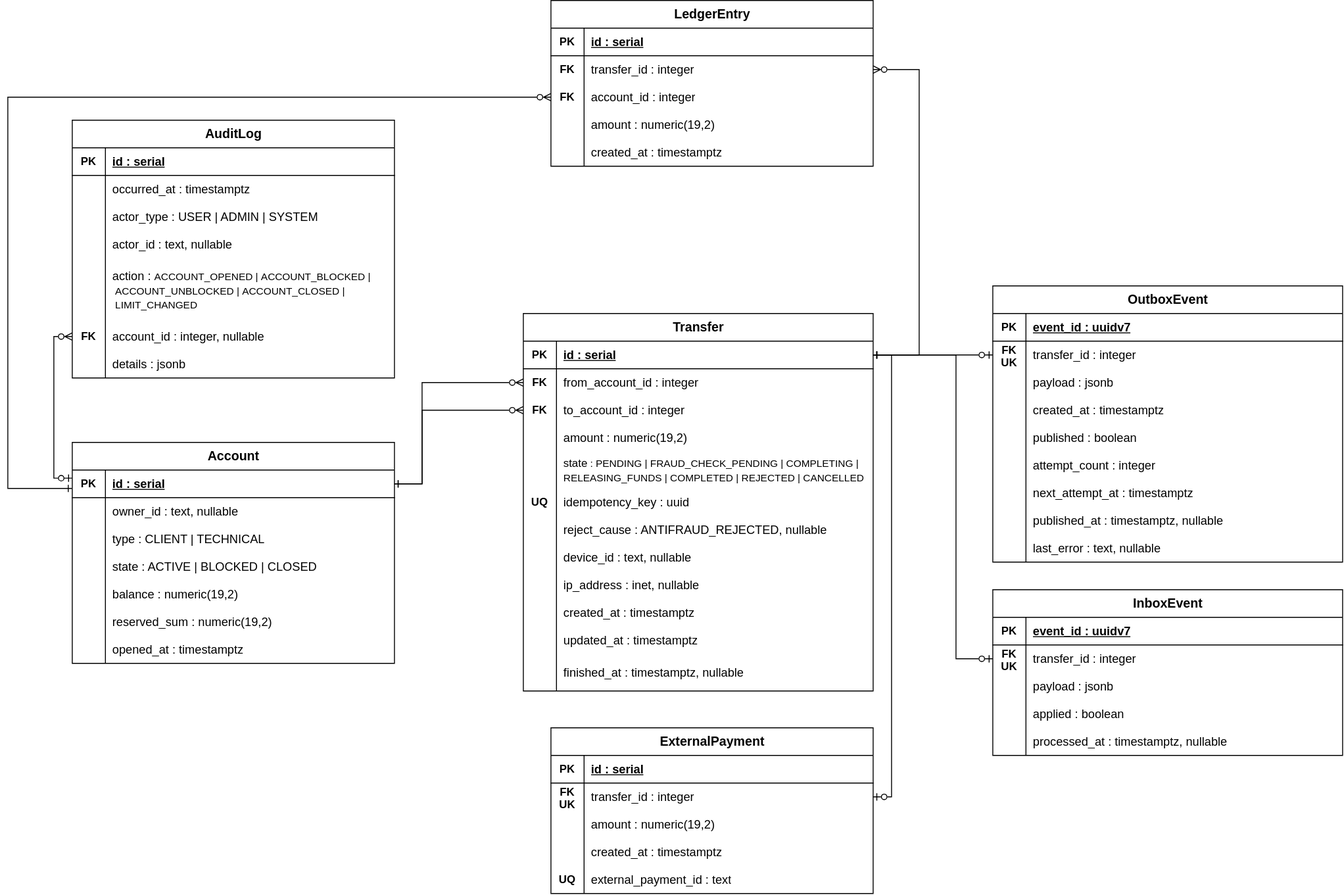
Earlier version of the draw.io export backend/docs/data-models/compiled/datalogic/datalogic-money.svg (georgeboiko/e-bank). Source tidied: cells renumbered, new cells last; positions are measured from the earlier drawing's top-left corner, leaving out a move shared by most shapes.
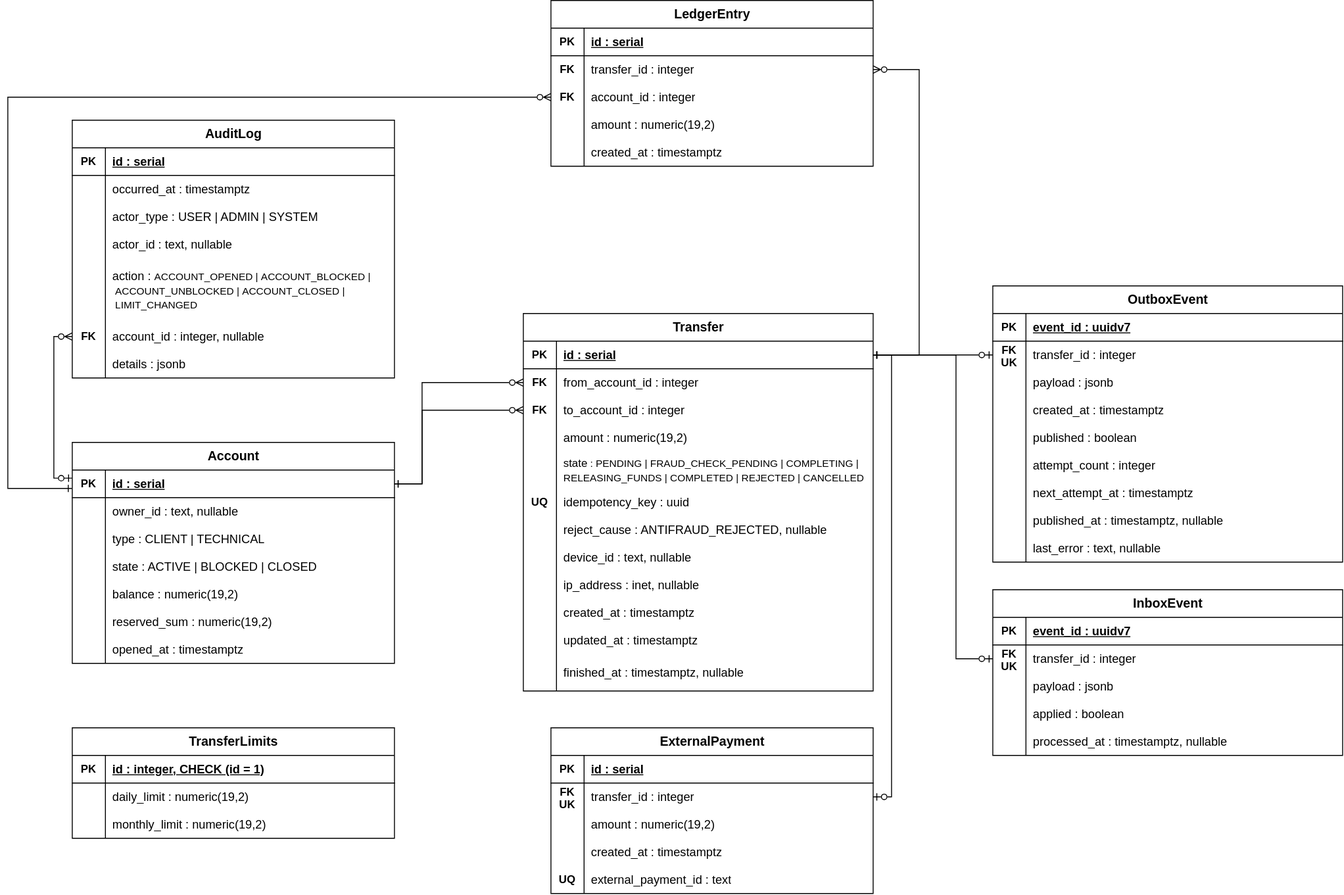
After the commit.

Change to the diagram source:
```diff
@@ -536,5 +536,35 @@
         </Array>
       </mxGeometry>
     </mxCell>
+    <mxCell id="167" value="TransferLimits" style="shape=table;startSize=30;rowLines=0;fontStyle=1;align=center;html=1;fillColor=#FFFFFF;strokeColor=#000000;fontColor=#000000;fontSize=14;" parent="1" vertex="1">
+      <mxGeometry x="70" y="790" width="350" height="120" as="geometry" />
+    </mxCell>
+    <mxCell id="168" style="shape=tableRow;horizontal=0;startSize=0;swimlaneHead=0;swimlaneBody=0;fillColor=none;top=0;left=0;right=0;bottom=1;" parent="167" vertex="1">
+      <mxGeometry y="30" width="350" height="30" as="geometry" />
+    </mxCell>
+    <mxCell id="169" value="PK" style="shape=partialRectangle;fillColor=none;top=0;left=0;bottom=0;right=0;fontStyle=1;overflow=hidden;whiteSpace=wrap;html=1;fontSize=12;" parent="168" vertex="1">
+      <mxGeometry width="36" height="30" as="geometry" />
+    </mxCell>
+    <mxCell id="170" value="id : integer, CHECK (id = 1)" style="shape=partialRectangle;fillColor=none;top=0;left=0;bottom=0;right=0;align=left;spacingLeft=6;fontStyle=5;overflow=hidden;whiteSpace=wrap;html=1;fontSize=13;" parent="168" vertex="1">
+      <mxGeometry x="36" width="314" height="30" as="geometry" />
+    </mxCell>
+    <mxCell id="171" style="shape=tableRow;horizontal=0;startSize=0;swimlaneHead=0;swimlaneBody=0;fillColor=none;top=0;left=0;right=0;bottom=0;" parent="167" vertex="1">
+      <mxGeometry y="60" width="350" height="30" as="geometry" />
+    </mxCell>
+    <mxCell id="172" style="shape=partialRectangle;fillColor=none;top=0;left=0;bottom=0;right=0;fontStyle=1;overflow=hidden;whiteSpace=wrap;html=1;fontSize=12;" parent="171" vertex="1">
+      <mxGeometry width="36" height="30" as="geometry" />
+    </mxCell>
+    <mxCell id="173" value="daily_limit : numeric(19,2)" style="shape=partialRectangle;fillColor=none;top=0;left=0;bottom=0;right=0;align=left;spacingLeft=6;fontStyle=0;overflow=hidden;whiteSpace=wrap;html=1;fontSize=13;" parent="171" vertex="1">
+      <mxGeometry x="36" width="314" height="30" as="geometry" />
+    </mxCell>
+    <mxCell id="174" style="shape=tableRow;horizontal=0;startSize=0;swimlaneHead=0;swimlaneBody=0;fillColor=none;top=0;left=0;right=0;bottom=0;" parent="167" vertex="1">
+      <mxGeometry y="90" width="350" height="30" as="geometry" />
+    </mxCell>
+    <mxCell id="175" style="shape=partialRectangle;fillColor=none;top=0;left=0;bottom=0;right=0;fontStyle=1;overflow=hidden;whiteSpace=wrap;html=1;fontSize=12;" parent="174" vertex="1">
+      <mxGeometry width="36" height="30" as="geometry" />
+    </mxCell>
+    <mxCell id="176" value="monthly_limit : numeric(19,2)" style="shape=partialRectangle;fillColor=none;top=0;left=0;bottom=0;right=0;align=left;spacingLeft=6;fontStyle=0;overflow=hidden;whiteSpace=wrap;html=1;fontSize=13;" parent="174" vertex="1">
+      <mxGeometry x="36" width="314" height="30" as="geometry" />
+    </mxCell>
   </root>
 </mxGraphModel>
```
